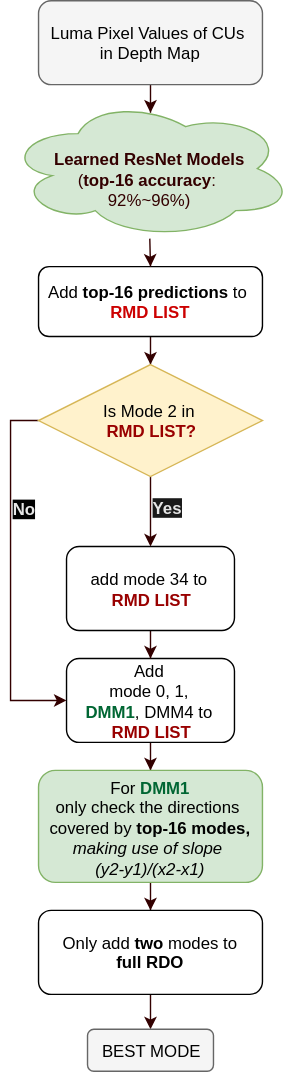
Before: _static/Proposed-Intra-Mode-Decision-Flowchart.svg, a diagram exported from draw.io (PharrellWANG/docs-for-fast-depth-coding-using-deep-learning). Source tidied: cells renumbered, new cells last; positions are measured from the earlier drawing's top-left corner, leaving out a move shared by most shapes.
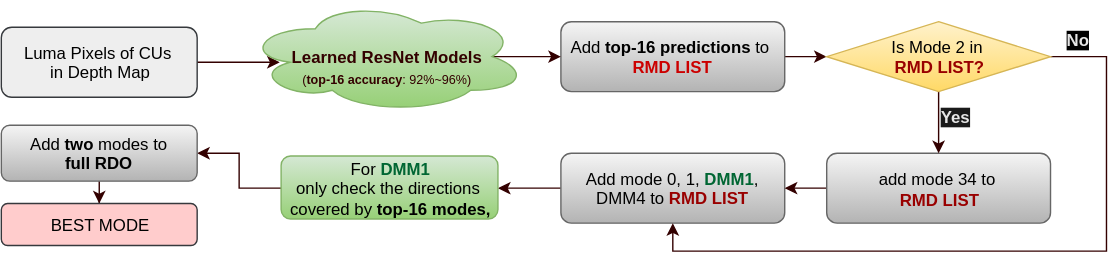
The same file after the commit.

The edit, as a diff of the source:
```diff
@@ -2,29 +2,29 @@
   <root>
     <mxCell id="0" />
     <mxCell id="1" parent="0" />
-    <mxCell id="2" style="edgeStyle=orthogonalEdgeStyle;rounded=0;html=1;entryX=0.502;entryY=0.1;entryPerimeter=0;jettySize=auto;strokeColor=#330000;" parent="1" edge="1" source="3" target="17">
+    <mxCell id="2" style="edgeStyle=orthogonalEdgeStyle;rounded=0;html=1;entryX=0.124;entryY=0.55;entryPerimeter=0;jettySize=auto;strokeColor=#330000;" parent="1" edge="1" source="3" target="17">
       <mxGeometry relative="1" as="geometry" />
     </mxCell>
-    <mxCell id="3" value="Luma Pixel Values of CUs&amp;nbsp;&lt;div&gt;in Depth Map&lt;/div&gt;" style="rounded=1;whiteSpace=wrap;html=1;fillColor=#f5f5f5;strokeColor=#666666;" parent="1" vertex="1">
-      <mxGeometry x="23" width="160" height="60" as="geometry" />
+    <mxCell id="3" value="Luma Pixels of CUs&amp;nbsp;&lt;div&gt;in Depth Map&lt;/div&gt;" style="rounded=1;whiteSpace=wrap;html=1;fillColor=#eeeeee;strokeColor=#36393d;" parent="1" vertex="1">
+      <mxGeometry x="-217" y="110" width="140" height="50" as="geometry" />
     </mxCell>
-    <mxCell id="4" style="edgeStyle=orthogonalEdgeStyle;rounded=0;html=1;entryX=0.5;entryY=0;jettySize=auto;strokeColor=#330000;" parent="1" edge="1" source="5" target="21">
+    <mxCell id="4" style="edgeStyle=orthogonalEdgeStyle;rounded=0;html=1;entryX=0;entryY=0.5;jettySize=auto;strokeColor=#330000;" parent="1" edge="1" source="5" target="21">
       <mxGeometry relative="1" as="geometry" />
     </mxCell>
-    <mxCell id="5" value="&lt;div&gt;Add&amp;nbsp;&lt;b&gt;top-16 predictions&amp;nbsp;&lt;/b&gt;&lt;span&gt;to&amp;nbsp;&lt;/span&gt;&lt;/div&gt;&lt;div&gt;&lt;b&gt;&lt;font color=&quot;#cc0000&quot;&gt;RMD LIST&lt;/font&gt;&lt;/b&gt;&lt;/div&gt;" style="rounded=1;whiteSpace=wrap;html=1;fillColor=#ffffff;strokeColor=#000000;" parent="1" vertex="1">
-      <mxGeometry x="23" y="190" width="160" height="50" as="geometry" />
+    <mxCell id="5" value="&lt;div&gt;Add&amp;nbsp;&lt;b&gt;top-16 predictions&amp;nbsp;&lt;/b&gt;&lt;span&gt;to&amp;nbsp;&lt;/span&gt;&lt;/div&gt;&lt;div&gt;&lt;b&gt;&lt;font color=&quot;#cc0000&quot;&gt;RMD LIST&lt;/font&gt;&lt;/b&gt;&lt;/div&gt;" style="rounded=1;whiteSpace=wrap;html=1;fillColor=#f5f5f5;strokeColor=#666666;gradientColor=#b3b3b3;" parent="1" vertex="1">
+      <mxGeometry x="183" y="106" width="160" height="50" as="geometry" />
     </mxCell>
-    <mxCell id="6" style="edgeStyle=orthogonalEdgeStyle;rounded=0;html=1;entryX=0.5;entryY=0;jettySize=auto;strokeColor=#330000;" parent="1" edge="1" source="7" target="9">
+    <mxCell id="6" style="edgeStyle=orthogonalEdgeStyle;rounded=0;html=1;entryX=1;entryY=0.5;jettySize=auto;strokeColor=#330000;" parent="1" edge="1" source="7" target="9">
       <mxGeometry relative="1" as="geometry" />
     </mxCell>
-    <mxCell id="7" value="Add&amp;nbsp;&lt;div&gt;mode 0, 1,&amp;nbsp;&lt;/div&gt;&lt;div&gt;&lt;b&gt;&lt;font color=&quot;#006633&quot;&gt;DMM1&lt;/font&gt;&lt;/b&gt;, DMM4&amp;nbsp;&lt;span&gt;to&amp;nbsp;&lt;/span&gt;&lt;/div&gt;&lt;div&gt;&lt;b&gt;&lt;font color=&quot;#990000&quot;&gt;RMD LIST&lt;/font&gt;&lt;/b&gt;&lt;/div&gt;" style="rounded=1;whiteSpace=wrap;html=1;fillColor=#ffffff;strokeColor=#000000;" parent="1" vertex="1">
-      <mxGeometry x="43" y="470" width="120" height="60" as="geometry" />
+    <mxCell id="7" value="Add&amp;nbsp;&lt;span&gt;mode 0, 1,&amp;nbsp;&lt;/span&gt;&lt;b&gt;&lt;font color=&quot;#006633&quot;&gt;DMM1&lt;/font&gt;&lt;/b&gt;&lt;span&gt;, DMM4&amp;nbsp;&lt;/span&gt;&lt;span&gt;to&amp;nbsp;&lt;/span&gt;&lt;b&gt;&lt;font color=&quot;#990000&quot;&gt;RMD LIST&lt;/font&gt;&lt;/b&gt;" style="rounded=1;whiteSpace=wrap;html=1;fillColor=#f5f5f5;strokeColor=#666666;gradientColor=#b3b3b3;" parent="1" vertex="1">
+      <mxGeometry x="183" y="200" width="160" height="50" as="geometry" />
     </mxCell>
-    <mxCell id="8" style="edgeStyle=orthogonalEdgeStyle;rounded=0;html=1;entryX=0.5;entryY=0;jettySize=auto;strokeColor=#330000;" parent="1" edge="1" source="9" target="12">
+    <mxCell id="8" style="edgeStyle=orthogonalEdgeStyle;rounded=0;html=1;entryX=1;entryY=0.5;jettySize=auto;strokeColor=#330000;" parent="1" edge="1" source="9" target="12">
       <mxGeometry relative="1" as="geometry" />
     </mxCell>
-    <mxCell id="9" value="For &lt;b&gt;&lt;font color=&quot;#006633&quot;&gt;DMM1&lt;/font&gt;&lt;/b&gt;&lt;div&gt;only check the directions&amp;nbsp;&lt;/div&gt;&lt;div&gt;covered by&amp;nbsp;&lt;b&gt;top-16 modes,&lt;/b&gt;&lt;/div&gt;&lt;div&gt;&lt;i&gt;making use of slope&amp;nbsp;&lt;/i&gt;&lt;/div&gt;&lt;div&gt;&lt;i&gt;(y2-y1)/(x2-x1)&lt;/i&gt;&lt;/div&gt;" style="rounded=1;whiteSpace=wrap;html=1;fillColor=#d5e8d4;strokeColor=#82b366;" parent="1" vertex="1">
-      <mxGeometry x="23" y="550" width="160" height="80" as="geometry" />
+    <mxCell id="9" value="For &lt;b&gt;&lt;font color=&quot;#006633&quot;&gt;DMM1&lt;/font&gt;&lt;/b&gt;&lt;div&gt;only check the directions&amp;nbsp;&lt;/div&gt;&lt;div&gt;covered by&amp;nbsp;&lt;b&gt;top-16 modes,&lt;/b&gt;&lt;/div&gt;" style="rounded=1;whiteSpace=wrap;html=1;fillColor=#d5e8d4;strokeColor=#82b366;gradientColor=#97d077;" parent="1" vertex="1">
+      <mxGeometry x="-17" y="202" width="155" height="45" as="geometry" />
     </mxCell>
     <mxCell id="10" style="edgeStyle=orthogonalEdgeStyle;rounded=0;html=1;exitX=0.5;exitY=1;entryX=0.5;entryY=1;jettySize=auto;orthogonalLoop=1;" parent="1" edge="1" source="7" target="7">
       <mxGeometry relative="1" as="geometry" />
@@ -32,23 +32,23 @@
     <mxCell id="11" style="edgeStyle=orthogonalEdgeStyle;rounded=0;html=1;entryX=0.5;entryY=0;jettySize=auto;strokeColor=#330000;" parent="1" edge="1" source="12" target="13">
       <mxGeometry relative="1" as="geometry" />
     </mxCell>
-    <mxCell id="12" value="Only add &lt;b&gt;two&lt;/b&gt; modes to &lt;b&gt;full&amp;nbsp;RDO&lt;/b&gt;" style="rounded=1;whiteSpace=wrap;html=1;fillColor=#ffffff;strokeColor=#000000;" parent="1" vertex="1">
-      <mxGeometry x="23" y="650" width="160" height="60" as="geometry" />
+    <mxCell id="12" value="Add &lt;b&gt;two&lt;/b&gt; modes to &lt;b&gt;full&amp;nbsp;RDO&lt;/b&gt;" style="rounded=1;whiteSpace=wrap;html=1;fillColor=#f5f5f5;strokeColor=#666666;gradientColor=#b3b3b3;" parent="1" vertex="1">
+      <mxGeometry x="-217" y="180" width="140" height="40" as="geometry" />
     </mxCell>
-    <mxCell id="13" value="BEST MODE" style="rounded=1;whiteSpace=wrap;html=1;fillColor=#f5f5f5;strokeColor=#666666;" parent="1" vertex="1">
-      <mxGeometry x="58" y="735" width="90" height="30" as="geometry" />
+    <mxCell id="13" value="BEST MODE" style="rounded=1;whiteSpace=wrap;html=1;fillColor=#ffcccc;strokeColor=#36393d;" parent="1" vertex="1">
+      <mxGeometry x="-217" y="236" width="140" height="30" as="geometry" />
     </mxCell>
-    <mxCell id="14" style="edgeStyle=orthogonalEdgeStyle;rounded=0;html=1;entryX=0.5;entryY=0;jettySize=auto;strokeColor=#330000;" parent="1" edge="1" source="15" target="7">
+    <mxCell id="14" style="edgeStyle=orthogonalEdgeStyle;rounded=0;html=1;entryX=1;entryY=0.5;jettySize=auto;strokeColor=#330000;" parent="1" edge="1" source="15" target="7">
       <mxGeometry relative="1" as="geometry" />
     </mxCell>
-    <mxCell id="15" value="&lt;div&gt;&lt;br&gt;&lt;/div&gt;&lt;div&gt;add mode 34 to&amp;nbsp;&lt;/div&gt;&lt;div&gt;&lt;b&gt;&lt;font color=&quot;#990000&quot;&gt;RMD LIST&lt;/font&gt;&lt;/b&gt;&lt;/div&gt;&lt;div&gt;&lt;br&gt;&lt;/div&gt;" style="rounded=1;whiteSpace=wrap;html=1;fillColor=#ffffff;strokeColor=#000000;" parent="1" vertex="1">
-      <mxGeometry x="43" y="390" width="120" height="60" as="geometry" />
+    <mxCell id="15" value="&lt;div&gt;&lt;br&gt;&lt;/div&gt;&lt;div&gt;add mode 34 to&amp;nbsp;&lt;/div&gt;&lt;div&gt;&lt;b&gt;&lt;font color=&quot;#990000&quot;&gt;RMD LIST&lt;/font&gt;&lt;/b&gt;&lt;/div&gt;&lt;div&gt;&lt;br&gt;&lt;/div&gt;" style="rounded=1;whiteSpace=wrap;html=1;fillColor=#f5f5f5;strokeColor=#666666;gradientColor=#b3b3b3;" parent="1" vertex="1">
+      <mxGeometry x="373" y="200" width="160" height="50" as="geometry" />
     </mxCell>
-    <mxCell id="16" style="edgeStyle=orthogonalEdgeStyle;rounded=0;html=1;entryX=0.5;entryY=0;jettySize=auto;strokeColor=#330000;" parent="1" edge="1" source="17" target="5">
+    <mxCell id="16" style="edgeStyle=orthogonalEdgeStyle;rounded=0;html=1;entryX=0;entryY=0.5;jettySize=auto;strokeColor=#330000;exitX=0.875;exitY=0.5;exitPerimeter=0;" parent="1" edge="1" source="17" target="5">
       <mxGeometry relative="1" as="geometry" />
     </mxCell>
-    <mxCell id="17" value="&lt;div&gt;&lt;b&gt;&lt;font color=&quot;#330000&quot;&gt;&lt;br&gt;&lt;/font&gt;&lt;/b&gt;&lt;/div&gt;&lt;b&gt;&lt;font color=&quot;#330000&quot;&gt;Learned ResNet Models&lt;/font&gt;&lt;/b&gt;&lt;div&gt;&lt;font color=&quot;#330000&quot;&gt;(&lt;b&gt;top-16 accuracy&lt;/b&gt;:&amp;nbsp;&lt;/font&gt;&lt;/div&gt;&lt;div&gt;&lt;font color=&quot;#330000&quot;&gt;92%~96%)&lt;/font&gt;&lt;/div&gt;" style="ellipse;shape=cloud;whiteSpace=wrap;html=1;glass=0;fillColor=#d5e8d4;strokeColor=#82b366;" parent="1" vertex="1">
-      <mxGeometry y="70" width="205" height="100" as="geometry" />
+    <mxCell id="17" value="&lt;div&gt;&lt;b&gt;&lt;font color=&quot;#330000&quot;&gt;&lt;br&gt;&lt;/font&gt;&lt;/b&gt;&lt;/div&gt;&lt;b&gt;&lt;font color=&quot;#330000&quot;&gt;Learned ResNet Models&lt;/font&gt;&lt;/b&gt;&lt;div&gt;&lt;font style=&quot;font-size: 9px&quot;&gt;&lt;span style=&quot;color: rgb(51 , 0 , 0)&quot;&gt;(&lt;/span&gt;&lt;b style=&quot;color: rgb(51 , 0 , 0)&quot;&gt;top-16 accuracy&lt;/b&gt;&lt;span style=&quot;color: rgb(51 , 0 , 0)&quot;&gt;:&amp;nbsp;&lt;/span&gt;&lt;span style=&quot;color: rgb(51 , 0 , 0)&quot;&gt;92%~96%)&lt;/span&gt;&lt;/font&gt;&lt;/div&gt;" style="ellipse;shape=cloud;whiteSpace=wrap;html=1;glass=0;fillColor=#d5e8d4;strokeColor=#82b366;gradientColor=#97d077;" parent="1" vertex="1">
+      <mxGeometry x="-43" y="91" width="202" height="80" as="geometry" />
     </mxCell>
     <mxCell id="18" style="edgeStyle=orthogonalEdgeStyle;rounded=0;html=1;exitX=1;exitY=0.5;entryX=1;entryY=0.5;jettySize=auto;orthogonalLoop=1;strokeColor=#330000;" parent="1" edge="1" source="5" target="5">
       <mxGeometry relative="1" as="geometry" />
@@ -56,22 +56,23 @@
     <mxCell id="19" style="edgeStyle=orthogonalEdgeStyle;rounded=0;html=1;entryX=0.5;entryY=0;jettySize=auto;strokeColor=#330000;" parent="1" edge="1" source="21" target="15">
       <mxGeometry relative="1" as="geometry" />
     </mxCell>
-    <mxCell id="20" style="edgeStyle=orthogonalEdgeStyle;rounded=0;html=1;entryX=0;entryY=0.5;jettySize=auto;strokeColor=#330000;exitX=0;exitY=0.5;" parent="1" edge="1" source="21" target="7">
+    <mxCell id="20" style="edgeStyle=orthogonalEdgeStyle;rounded=0;html=1;jettySize=auto;strokeColor=#330000;entryX=0.5;entryY=1;" parent="1" edge="1" source="21" target="7">
       <mxGeometry relative="1" as="geometry">
         <Array as="points">
-          <mxPoint x="3" y="300" />
-          <mxPoint x="3" y="500" />
+          <mxPoint x="573" y="131" />
+          <mxPoint x="573" y="270" />
+          <mxPoint x="263" y="270" />
         </Array>
       </mxGeometry>
     </mxCell>
-    <mxCell id="21" value="Is Mode 2 in&amp;nbsp;&lt;div&gt;&lt;b&gt;&lt;font color=&quot;#990000&quot;&gt;RMD LIST?&lt;/font&gt;&lt;/b&gt;&lt;/div&gt;" style="rhombus;whiteSpace=wrap;html=1;glass=0;fillColor=#fff2cc;strokeColor=#d6b656;" parent="1" vertex="1">
-      <mxGeometry x="23" y="260" width="160" height="80" as="geometry" />
+    <mxCell id="21" value="Is Mode 2 in&amp;nbsp;&lt;div&gt;&lt;b&gt;&lt;font color=&quot;#990000&quot;&gt;RMD LIST?&lt;/font&gt;&lt;/b&gt;&lt;/div&gt;" style="rhombus;whiteSpace=wrap;html=1;glass=0;fillColor=#fff2cc;strokeColor=#d6b656;gradientColor=#ffd966;" parent="1" vertex="1">
+      <mxGeometry x="373" y="106" width="160" height="50" as="geometry" />
     </mxCell>
     <mxCell id="22" value="&lt;b&gt;&lt;font style=&quot;background-color: rgb(26 , 26 , 26)&quot; color=&quot;#e6e6e6&quot;&gt;Yes&lt;/font&gt;&lt;/b&gt;" style="text;html=1;align=left;verticalAlign=top;spacingTop=-4;" parent="1" vertex="1">
-      <mxGeometry x="103" y="353" width="40" height="20" as="geometry" />
+      <mxGeometry x="453" y="165" width="40" height="20" as="geometry" />
     </mxCell>
     <mxCell id="23" value="&lt;b&gt;&lt;font style=&quot;background-color: rgb(0 , 0 , 0)&quot; color=&quot;#e6e6e6&quot;&gt;No&lt;/font&gt;&lt;/b&gt;" style="text;html=1;align=left;verticalAlign=top;spacingTop=-4;" parent="1" vertex="1">
-      <mxGeometry x="3" y="354" width="30" height="20" as="geometry" />
+      <mxGeometry x="543" y="110" width="30" height="20" as="geometry" />
     </mxCell>
   </root>
 </mxGraphModel>
```
